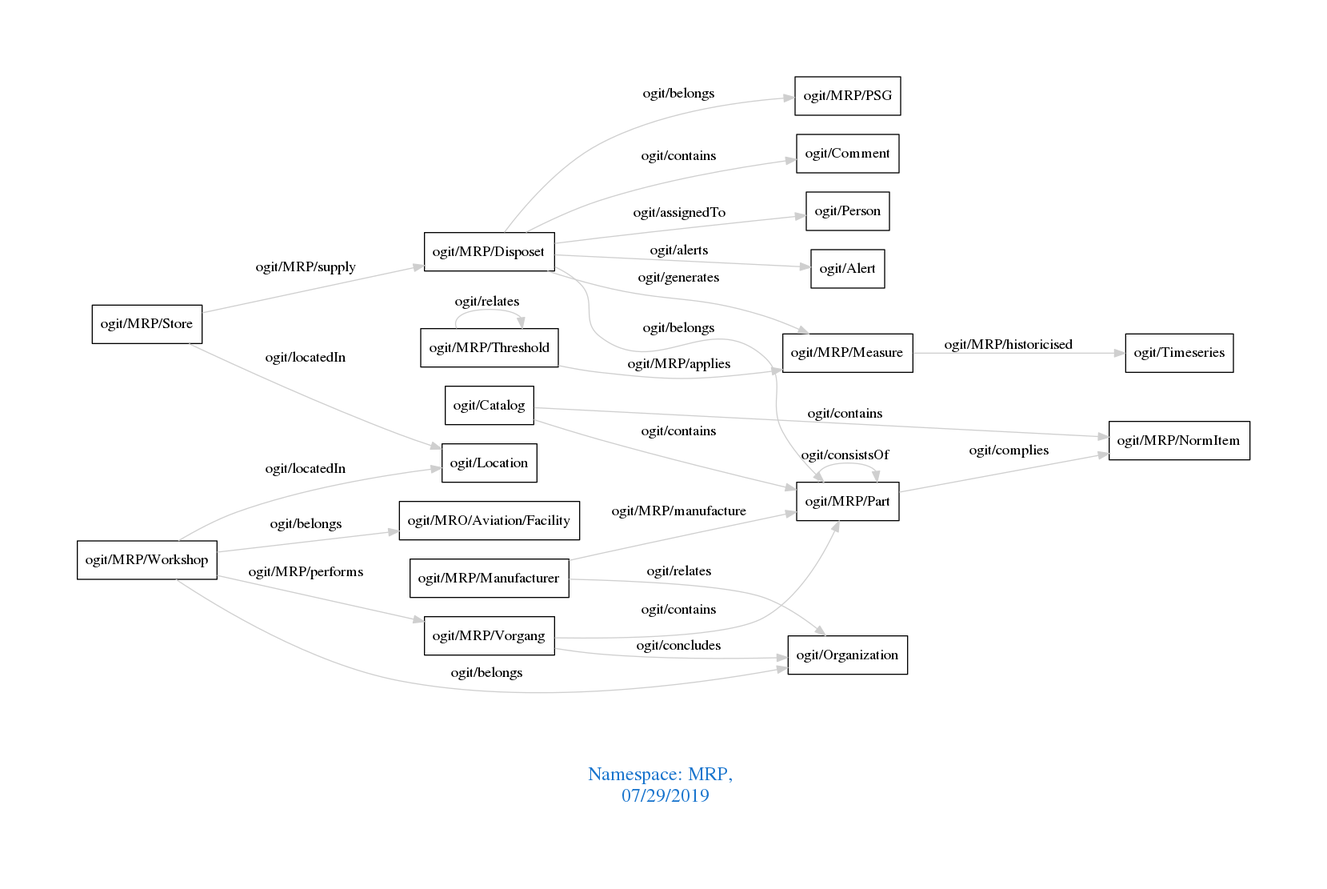
This is downloads/MRP.png from arago/OGIT, a Graphviz export, as it was before one commit. Its source is kept beside it as downloads/MRP.dot.
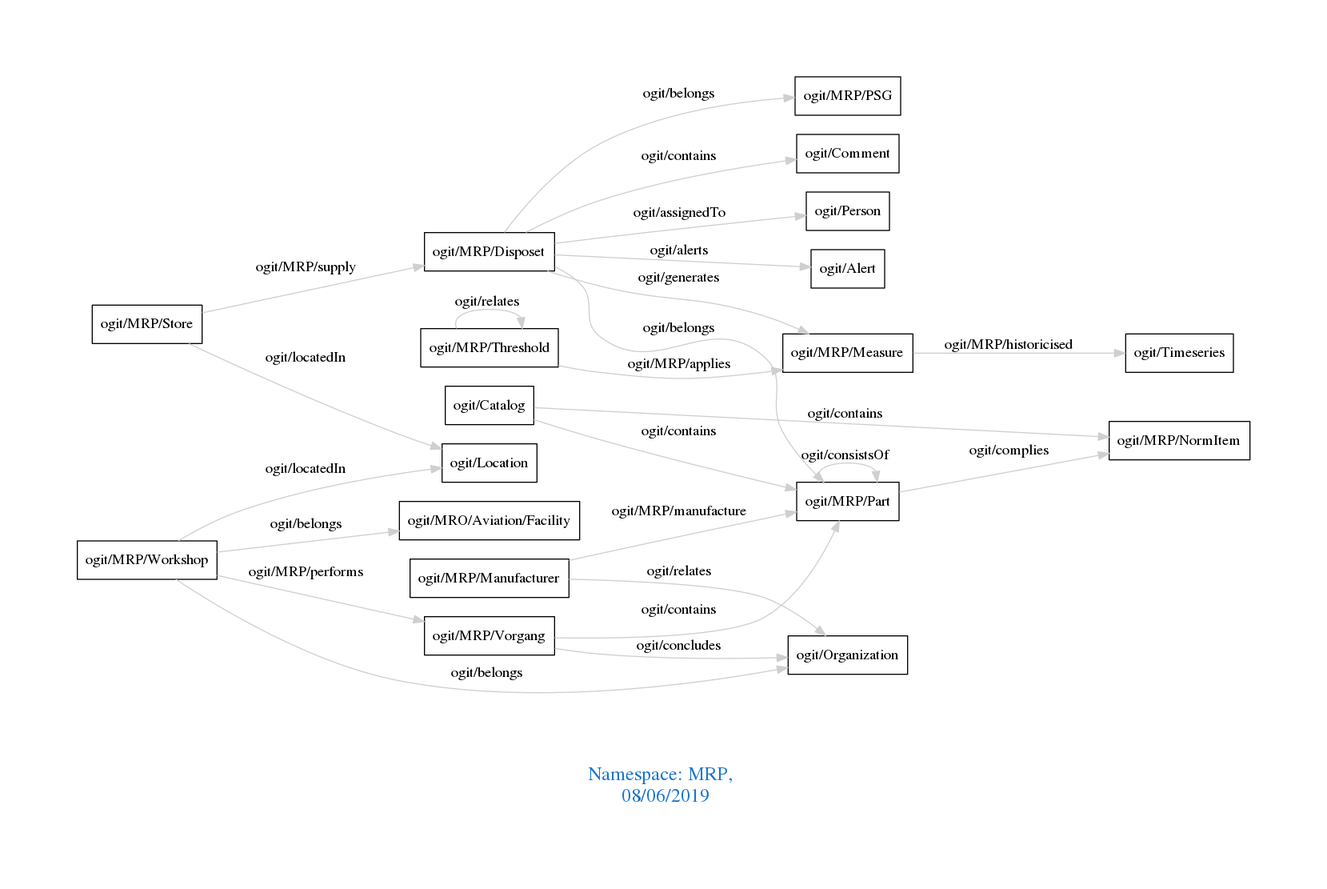
Later version of the same file.

The edit, as a diff of the source:
```diff
@@ -1,7 +1,7 @@
 digraph OGIT_ontology {
  graph [ rankdir= LR,pad=1
 fontsize = 18,
-fontcolor= dodgerblue3,label = "\n\n\nNamespace: MRP, \n 07/29/2019"];
+fontcolor= dodgerblue3,label = "\n\n\nNamespace: MRP, \n 08/06/2019"];
 node[shape=polygon];
 edge [  color="gray81"];
 
```
